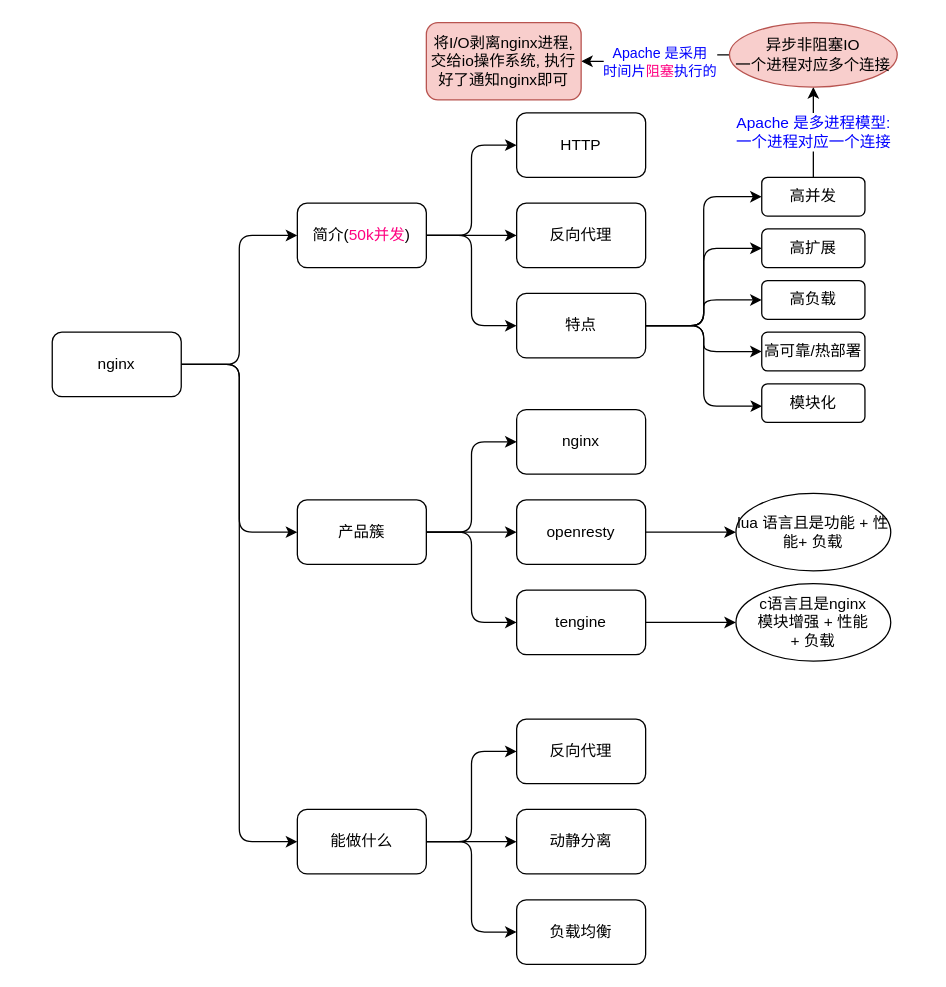
Alice52/diagrams keeps this draw.io diagram as digrams/nginx/01.overview.drawio. Above is the earlier version. Source tidied: cells renumbered, new cells numbered last; positions are measured from the earlier drawing's top-left corner, leaving out a move shared by most shapes. Both pictures are drawn from the tidied source at 129%, with x=0, y=0 at pixel (52, 22).
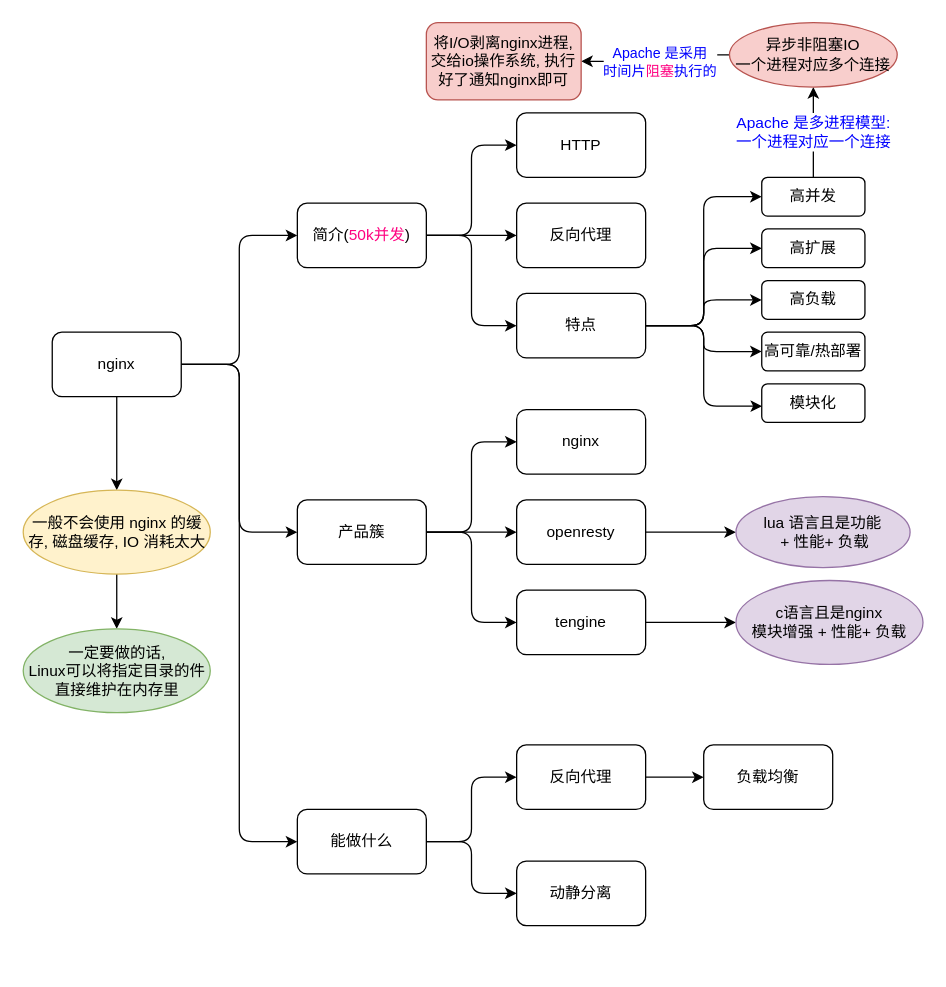
The same page after the edit.

Commit message (it also covers changes not shown here):
nginx: add proxy and upstream dio

The change refers to these unchanged cells:
```xml
<mxCell id="5" value="nginx" style="rounded=1;whiteSpace=wrap;html=1;" parent="1" vertex="1">
  <mxGeometry y="240" width="100" height="50" as="geometry" />
</mxCell>
<mxCell id="27" value="能做什么" style="rounded=1;whiteSpace=wrap;html=1;" parent="1" vertex="1">
  <mxGeometry x="190" y="610" width="100" height="50" as="geometry" />
</mxCell>
```

Diff of the diagram source:
```diff
@@
+    <mxCell id="48" style="edgeStyle=orthogonalEdgeStyle;rounded=1;jettySize=auto;html=1;" parent="1" edge="1" source="5" target="51">
+      <mxGeometry relative="1" as="geometry" />
+    </mxCell>
@@
-    <mxCell id="8" style="edgeStyle=orthogonalEdgeStyle;rounded=1;jettySize=auto;html=1;entryX=0;entryY=0.5;entryDx=0;entryDy=0;exitX=1;exitY=0.5;exitDx=0;exitDy=0;" parent="1" edge="1" source="27" target="24">
-      <mxGeometry relative="1" as="geometry" />
-    </mxCell>
@@
-    <mxCell id="20" value="c语言且是nginx&lt;br&gt;模块增强 + 性能 &lt;br&gt;+ 负载" style="ellipse;whiteSpace=wrap;html=1;rounded=1;" parent="1" vertex="1">
-      <mxGeometry x="530" y="435" width="120" height="60" as="geometry" />
+    <mxCell id="20" value="c语言且是nginx&lt;br&gt;模块增强 + 性能+ 负载" style="ellipse;whiteSpace=wrap;html=1;rounded=1;fillColor=#e1d5e7;strokeColor=#9673a6;" parent="1" vertex="1">
+      <mxGeometry x="530" y="432.5" width="145" height="65" as="geometry" />
     </mxCell>
-    <mxCell id="21" value="lua 语言且是功能&amp;nbsp;+ 性能+ 负载" style="ellipse;whiteSpace=wrap;html=1;rounded=1;" parent="1" vertex="1">
-      <mxGeometry x="530" y="365" width="120" height="60" as="geometry" />
+    <mxCell id="21" value="lua 语言且是功能&lt;br&gt;&amp;nbsp;+ 性能+ 负载" style="ellipse;whiteSpace=wrap;html=1;rounded=1;fillColor=#e1d5e7;strokeColor=#9673a6;" parent="1" vertex="1">
+      <mxGeometry x="530" y="367.5" width="135" height="55" as="geometry" />
     </mxCell>
@@
-    <mxCell id="24" value="负载均衡" style="rounded=1;whiteSpace=wrap;html=1;" parent="1" vertex="1">
-      <mxGeometry x="360" y="680" width="100" height="50" as="geometry" />
-    </mxCell>
@@
+    <mxCell id="49" style="edgeStyle=orthogonalEdgeStyle;rounded=1;jettySize=auto;html=1;" parent="1" edge="1" source="28" target="24">
+      <mxGeometry relative="1" as="geometry" />
+    </mxCell>
     <mxCell id="28" value="反向代理" style="rounded=1;whiteSpace=wrap;html=1;" parent="1" vertex="1">
-      <mxGeometry x="360" y="540" width="100" height="50" as="geometry" />
+      <mxGeometry x="360" y="560" width="100" height="50" as="geometry" />
     </mxCell>
     <mxCell id="29" value="动静分离" style="rounded=1;whiteSpace=wrap;html=1;" parent="1" vertex="1">
-      <mxGeometry x="360" y="610" width="100" height="50" as="geometry" />
+      <mxGeometry x="360" y="650" width="100" height="50" as="geometry" />
     </mxCell>
@@
+    <mxCell id="50" style="edgeStyle=orthogonalEdgeStyle;rounded=1;jettySize=auto;html=1;" parent="1" edge="1" source="51" target="52">
+      <mxGeometry relative="1" as="geometry" />
+    </mxCell>
+    <mxCell id="51" value="一般不会使用 nginx 的缓存, 磁盘缓存, IO 消耗太大" style="ellipse;whiteSpace=wrap;html=1;rounded=1;fillColor=#fff2cc;strokeColor=#d6b656;" parent="1" vertex="1">
+      <mxGeometry x="-22.5" y="362.5" width="145" height="65" as="geometry" />
+    </mxCell>
+    <mxCell id="24" value="负载均衡" style="rounded=1;whiteSpace=wrap;html=1;" parent="1" vertex="1">
+      <mxGeometry x="505" y="560" width="100" height="50" as="geometry" />
+    </mxCell>
+    <mxCell id="52" value="一定要做的话, &lt;br&gt;Linux可以将指定目录的件直接维护在内存里" style="ellipse;whiteSpace=wrap;html=1;rounded=1;fillColor=#d5e8d4;strokeColor=#82b366;" parent="1" vertex="1">
+      <mxGeometry x="-22.5" y="470" width="145" height="65" as="geometry" />
+    </mxCell>
```
